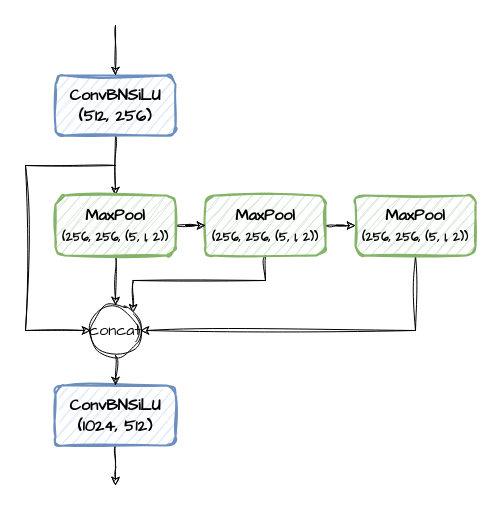
Earlier version of the draw.io diagram page "SPPF" (7 of 21) of figs.drawio (225ceV/tiny). Source tidied: cells renumbered, new cells numbered last; positions are measured from the earlier drawing's top-left corner, leaving out a move shared by most shapes. Both pictures are drawn from the tidied source at 100%, with x=0, y=0 at pixel (25, 25).
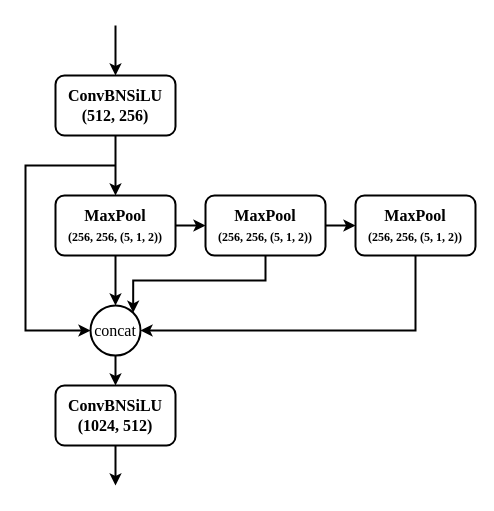
After the change.

The edit, as a diff of the source:
```diff
@@
-    <mxCell id="2" style="edgeStyle=orthogonalEdgeStyle;rounded=0;jettySize=auto;html=1;fontFamily=Helvetica;fontSize=12;fontColor=default;sketch=1;curveFitting=1;jiggle=2;" parent="1" edge="1" source="3" target="14">
+    <mxCell id="2" style="edgeStyle=orthogonalEdgeStyle;rounded=0;jettySize=auto;html=1;fontFamily=Times New Roman;fontSize=12;fontColor=default;strokeWidth=2;" parent="1" edge="1" source="3" target="14">
       <mxGeometry relative="1" as="geometry" />
     </mxCell>
-    <mxCell id="3" value="&lt;font style=&quot;font-size: 16px;&quot;&gt;&lt;b&gt;&lt;font face=&quot;Comic Sans MS&quot;&gt;ConvBNSiLU&lt;br&gt;(512, 256)&lt;/font&gt;&lt;/b&gt;&lt;br&gt;&lt;/font&gt;" style="rounded=1;whiteSpace=wrap;html=1;fillColor=#dae8fc;strokeColor=#6c8ebf;strokeWidth=2;sketch=1;curveFitting=1;jiggle=2;" parent="1" vertex="1">
+    <mxCell id="3" value="&lt;font style=&quot;font-size: 16px;&quot;&gt;&lt;b&gt;&lt;font&gt;ConvBNSiLU&lt;br&gt;(512, 256)&lt;/font&gt;&lt;/b&gt;&lt;br&gt;&lt;/font&gt;" style="rounded=1;whiteSpace=wrap;html=1;strokeWidth=2;fontFamily=Times New Roman;" parent="1" vertex="1">
       <mxGeometry x="30" y="50" width="120" height="60" as="geometry" />
     </mxCell>
-    <mxCell id="4" style="endArrow=classic;html=1;rounded=0;fontFamily=Courier New;fontSize=16;fontColor=default;sketch=1;curveFitting=1;jiggle=2;" parent="1" edge="1" target="3">
+    <mxCell id="4" style="endArrow=classic;html=1;rounded=0;fontFamily=Times New Roman;fontSize=16;fontColor=default;strokeWidth=2;" parent="1" edge="1" target="3">
       <mxGeometry relative="1" as="geometry">
         <mxPoint x="90" as="sourcePoint" />
       </mxGeometry>
     </mxCell>
-    <mxCell id="5" style="edgeStyle=orthogonalEdgeStyle;rounded=0;jettySize=auto;html=1;exitX=0.5;exitY=1;exitDx=0;exitDy=0;entryX=1;entryY=0;entryDx=0;entryDy=0;fontFamily=Helvetica;fontSize=12;fontColor=default;sketch=1;curveFitting=1;jiggle=2;" parent="1" edge="1" source="7" target="11">
+    <mxCell id="5" style="edgeStyle=orthogonalEdgeStyle;rounded=0;jettySize=auto;html=1;exitX=0.5;exitY=1;exitDx=0;exitDy=0;entryX=1;entryY=0;entryDx=0;entryDy=0;fontFamily=Times New Roman;fontSize=12;fontColor=default;strokeWidth=2;" parent="1" edge="1" source="7" target="11">
       <mxGeometry relative="1" as="geometry" />
     </mxCell>
-    <mxCell id="6" style="edgeStyle=orthogonalEdgeStyle;rounded=0;jettySize=auto;html=1;fontFamily=Helvetica;fontSize=12;fontColor=default;sketch=1;curveFitting=1;jiggle=2;" parent="1" edge="1" source="7" target="16">
+    <mxCell id="6" style="edgeStyle=orthogonalEdgeStyle;rounded=0;jettySize=auto;html=1;fontFamily=Times New Roman;fontSize=12;fontColor=default;strokeWidth=2;" parent="1" edge="1" source="7" target="16">
       <mxGeometry relative="1" as="geometry" />
     </mxCell>
-    <mxCell id="7" value="&lt;b style=&quot;border-color: var(--border-color); font-size: 16px;&quot;&gt;&lt;font face=&quot;Comic Sans MS&quot;&gt;MaxPool&lt;br&gt;&lt;b style=&quot;border-color: var(--border-color); font-size: 12px;&quot;&gt;&lt;font style=&quot;border-color: var(--border-color);&quot;&gt;(256, 256, (5, 1, 2))&lt;/font&gt;&lt;/b&gt;&lt;/font&gt;&lt;br&gt;&lt;/b&gt;" style="rounded=1;whiteSpace=wrap;html=1;strokeColor=#82b366;strokeWidth=2;fontFamily=Helvetica;fontSize=12;fillColor=#d5e8d4;sketch=1;curveFitting=1;jiggle=2;" parent="1" vertex="1">
+    <mxCell id="7" value="&lt;b style=&quot;border-color: var(--border-color); font-size: 16px;&quot;&gt;&lt;font&gt;MaxPool&lt;br&gt;&lt;b style=&quot;border-color: var(--border-color); font-size: 12px;&quot;&gt;&lt;font style=&quot;border-color: var(--border-color);&quot;&gt;(256, 256, (5, 1, 2))&lt;/font&gt;&lt;/b&gt;&lt;/font&gt;&lt;br&gt;&lt;/b&gt;" style="rounded=1;whiteSpace=wrap;html=1;strokeWidth=2;fontFamily=Times New Roman;fontSize=12;" parent="1" vertex="1">
       <mxGeometry x="180" y="170" width="120" height="60" as="geometry" />
     </mxCell>
-    <mxCell id="8" style="edgeStyle=orthogonalEdgeStyle;rounded=0;jettySize=auto;html=1;exitX=0.5;exitY=1;exitDx=0;exitDy=0;fontFamily=Helvetica;fontSize=12;fontColor=default;sketch=1;curveFitting=1;jiggle=2;" parent="1" edge="1" source="9">
+    <mxCell id="8" style="edgeStyle=orthogonalEdgeStyle;rounded=0;jettySize=auto;html=1;exitX=0.5;exitY=1;exitDx=0;exitDy=0;fontFamily=Helvetica;fontSize=12;fontColor=default;strokeWidth=2;" parent="1" edge="1" source="9">
       <mxGeometry relative="1" as="geometry">
         <mxPoint x="90" y="460" as="targetPoint" />
       </mxGeometry>
     </mxCell>
-    <mxCell id="9" value="&lt;font style=&quot;font-size: 16px;&quot;&gt;&lt;b&gt;&lt;font face=&quot;Comic Sans MS&quot;&gt;ConvBNSiLU&lt;br&gt;(1024, 512)&lt;/font&gt;&lt;/b&gt;&lt;br&gt;&lt;/font&gt;" style="rounded=1;whiteSpace=wrap;html=1;fillColor=#dae8fc;strokeColor=#6c8ebf;strokeWidth=2;sketch=1;curveFitting=1;jiggle=2;" parent="1" vertex="1">
+    <mxCell id="9" value="&lt;font style=&quot;font-size: 16px;&quot;&gt;&lt;b&gt;&lt;font&gt;ConvBNSiLU&lt;br&gt;(1024, 512)&lt;/font&gt;&lt;/b&gt;&lt;br&gt;&lt;/font&gt;" style="rounded=1;whiteSpace=wrap;html=1;strokeWidth=2;fontFamily=Times New Roman;" parent="1" vertex="1">
       <mxGeometry x="30" y="360" width="120" height="60" as="geometry" />
     </mxCell>
-    <mxCell id="10" style="edgeStyle=orthogonalEdgeStyle;rounded=0;jettySize=auto;html=1;exitX=0.5;exitY=1;exitDx=0;exitDy=0;entryX=0.5;entryY=0;entryDx=0;entryDy=0;fontFamily=Helvetica;fontSize=12;fontColor=default;sketch=1;curveFitting=1;jiggle=2;" parent="1" edge="1" source="11" target="9">
+    <mxCell id="10" style="edgeStyle=orthogonalEdgeStyle;rounded=0;jettySize=auto;html=1;exitX=0.5;exitY=1;exitDx=0;exitDy=0;entryX=0.5;entryY=0;entryDx=0;entryDy=0;fontFamily=Times New Roman;fontSize=12;fontColor=default;strokeWidth=2;" parent="1" edge="1" source="11" target="9">
       <mxGeometry relative="1" as="geometry" />
     </mxCell>
-    <mxCell id="11" value="&lt;font style=&quot;&quot; face=&quot;Comic Sans MS&quot;&gt;concat&lt;/font&gt;" style="ellipse;whiteSpace=wrap;html=1;fontSize=16;sketch=1;curveFitting=1;jiggle=2;" parent="1" vertex="1">
+    <mxCell id="11" value="&lt;font style=&quot;&quot;&gt;concat&lt;/font&gt;" style="ellipse;whiteSpace=wrap;html=1;fontSize=16;strokeWidth=2;fontFamily=Times New Roman;" parent="1" vertex="1">
       <mxGeometry x="65" y="280" width="50" height="50" as="geometry" />
     </mxCell>
-    <mxCell id="12" style="edgeStyle=orthogonalEdgeStyle;rounded=0;jettySize=auto;html=1;fontFamily=Helvetica;fontSize=12;fontColor=default;sketch=1;curveFitting=1;jiggle=2;" parent="1" edge="1" source="14" target="7">
+    <mxCell id="12" style="edgeStyle=orthogonalEdgeStyle;rounded=0;jettySize=auto;html=1;fontFamily=Times New Roman;fontSize=12;fontColor=default;strokeWidth=2;" parent="1" edge="1" source="14" target="7">
       <mxGeometry relative="1" as="geometry" />
     </mxCell>
-    <mxCell id="13" style="edgeStyle=orthogonalEdgeStyle;rounded=0;jettySize=auto;html=1;exitX=0.5;exitY=1;exitDx=0;exitDy=0;entryX=0.5;entryY=0;entryDx=0;entryDy=0;fontFamily=Helvetica;fontSize=12;fontColor=default;sketch=1;curveFitting=1;jiggle=2;" parent="1" edge="1" source="14" target="11">
+    <mxCell id="13" style="edgeStyle=orthogonalEdgeStyle;rounded=0;jettySize=auto;html=1;exitX=0.5;exitY=1;exitDx=0;exitDy=0;entryX=0.5;entryY=0;entryDx=0;entryDy=0;fontFamily=Times New Roman;fontSize=12;fontColor=default;strokeWidth=2;" parent="1" edge="1" source="14" target="11">
       <mxGeometry relative="1" as="geometry" />
     </mxCell>
-    <mxCell id="14" value="&lt;b style=&quot;border-color: var(--border-color); font-size: 16px;&quot;&gt;&lt;font face=&quot;Comic Sans MS&quot;&gt;MaxPool&lt;br&gt;&lt;b style=&quot;border-color: var(--border-color); font-size: 12px;&quot;&gt;&lt;font style=&quot;border-color: var(--border-color);&quot;&gt;(256, 256, (5, 1, 2))&lt;/font&gt;&lt;/b&gt;&lt;/font&gt;&lt;br&gt;&lt;/b&gt;" style="rounded=1;whiteSpace=wrap;html=1;strokeColor=#82b366;strokeWidth=2;fontFamily=Helvetica;fontSize=12;fillColor=#d5e8d4;sketch=1;curveFitting=1;jiggle=2;" parent="1" vertex="1">
+    <mxCell id="14" value="&lt;b style=&quot;border-color: var(--border-color); font-size: 16px;&quot;&gt;&lt;font&gt;MaxPool&lt;br&gt;&lt;b style=&quot;border-color: var(--border-color); font-size: 12px;&quot;&gt;&lt;font style=&quot;border-color: var(--border-color);&quot;&gt;(256, 256, (5, 1, 2))&lt;/font&gt;&lt;/b&gt;&lt;/font&gt;&lt;br&gt;&lt;/b&gt;" style="rounded=1;whiteSpace=wrap;html=1;strokeWidth=2;fontFamily=Times New Roman;fontSize=12;" parent="1" vertex="1">
       <mxGeometry x="30" y="170" width="120" height="60" as="geometry" />
     </mxCell>
-    <mxCell id="15" style="edgeStyle=orthogonalEdgeStyle;rounded=0;jettySize=auto;html=1;exitX=0.5;exitY=1;exitDx=0;exitDy=0;entryX=1;entryY=0.5;entryDx=0;entryDy=0;fontFamily=Helvetica;fontSize=12;fontColor=default;sketch=1;curveFitting=1;jiggle=2;" parent="1" edge="1" source="16" target="11">
+    <mxCell id="15" style="edgeStyle=orthogonalEdgeStyle;rounded=0;jettySize=auto;html=1;exitX=0.5;exitY=1;exitDx=0;exitDy=0;entryX=1;entryY=0.5;entryDx=0;entryDy=0;fontFamily=Times New Roman;fontSize=12;fontColor=default;strokeWidth=2;" parent="1" edge="1" source="16" target="11">
       <mxGeometry relative="1" as="geometry" />
     </mxCell>
-    <mxCell id="16" value="&lt;b style=&quot;border-color: var(--border-color); font-size: 16px;&quot;&gt;&lt;font face=&quot;Comic Sans MS&quot;&gt;MaxPool&lt;br&gt;&lt;b style=&quot;border-color: var(--border-color); font-size: 12px;&quot;&gt;&lt;font style=&quot;border-color: var(--border-color);&quot;&gt;(256, 256, (5, 1, 2))&lt;/font&gt;&lt;/b&gt;&lt;/font&gt;&lt;br&gt;&lt;/b&gt;" style="rounded=1;whiteSpace=wrap;html=1;strokeColor=#82b366;strokeWidth=2;fontFamily=Helvetica;fontSize=12;fillColor=#d5e8d4;sketch=1;curveFitting=1;jiggle=2;" parent="1" vertex="1">
+    <mxCell id="16" value="&lt;b style=&quot;border-color: var(--border-color); font-size: 16px;&quot;&gt;&lt;font&gt;MaxPool&lt;br&gt;&lt;b style=&quot;border-color: var(--border-color); font-size: 12px;&quot;&gt;&lt;font style=&quot;border-color: var(--border-color);&quot;&gt;(256, 256, (5, 1, 2))&lt;/font&gt;&lt;/b&gt;&lt;/font&gt;&lt;br&gt;&lt;/b&gt;" style="rounded=1;whiteSpace=wrap;html=1;strokeWidth=2;fontFamily=Times New Roman;fontSize=12;" parent="1" vertex="1">
       <mxGeometry x="330" y="170" width="120" height="60" as="geometry" />
     </mxCell>
-    <mxCell id="17" style="endArrow=classic;html=1;rounded=0;fontFamily=Helvetica;fontSize=12;fontColor=default;entryX=0;entryY=0.5;entryDx=0;entryDy=0;sketch=1;curveFitting=1;jiggle=2;" parent="1" edge="1" target="11">
+    <mxCell id="17" style="endArrow=classic;html=1;rounded=0;fontFamily=Times New Roman;fontSize=12;fontColor=default;entryX=0;entryY=0.5;entryDx=0;entryDy=0;strokeWidth=2;" parent="1" edge="1" target="11">
       <mxGeometry relative="1" as="geometry">
         <mxPoint x="90" y="140" as="sourcePoint" />
         <Array as="points">
           <mxPoint y="140" />
           <mxPoint y="305" />
         </Array>
       </mxGeometry>
     </mxCell>
```
